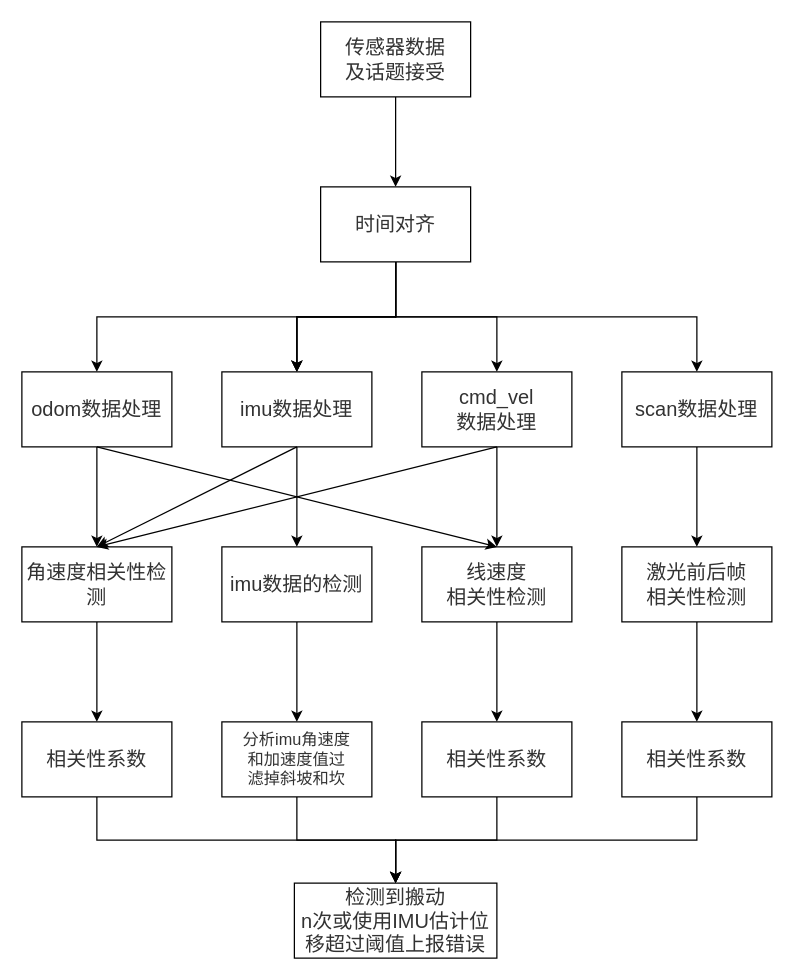
yaoif/draw.io keeps this draw.io diagram as page "Page-1" (1 of 3) of 流程图.drawio. Above is the earlier version. Source tidied: cells renumbered, new cells numbered last; positions are measured from the earlier drawing's top-left corner, leaving out a move shared by most shapes. Both pictures are drawn from the tidied source at 125%, with x=0, y=0 at pixel (21, 21).
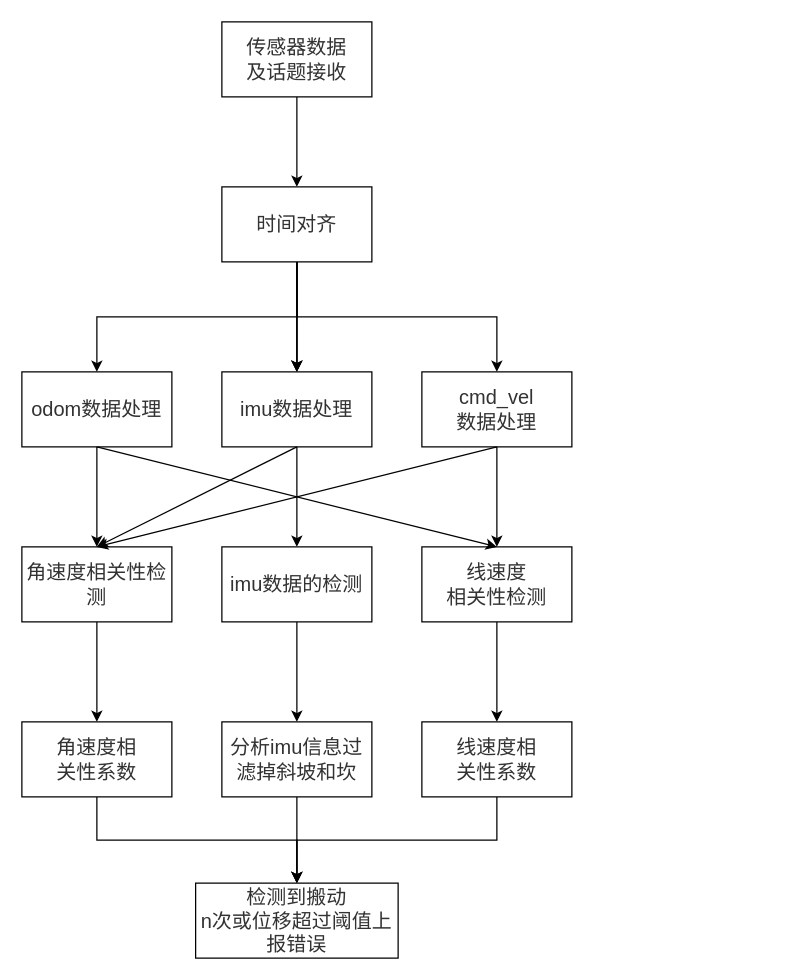
After the change.

Unchanged cells that the change refers to:
```xml
<mxCell id="18" value="&lt;span style=&quot;color: rgb(50, 50, 50); background-color: rgba(255, 255, 255, 0.01);&quot;&gt;&lt;font style=&quot;font-size: 16px;&quot; face=&quot;Helvetica&quot;&gt;cmd_vel&lt;/font&gt;&lt;/span&gt;&lt;div&gt;&lt;span style=&quot;color: rgb(50, 50, 50); background-color: rgba(255, 255, 255, 0.01);&quot;&gt;&lt;font style=&quot;font-size: 16px;&quot; face=&quot;Helvetica&quot;&gt;数据处理&lt;/font&gt;&lt;/span&gt;&lt;/div&gt;" style="whiteSpace=wrap;html=1;rounded=0;strokeColor=default;align=center;verticalAlign=middle;fontFamily=Helvetica;fontSize=12;fontColor=default;fillColor=default;" parent="1" vertex="1">
  <mxGeometry x="320" y="280" width="120" height="60" as="geometry" />
</mxCell>
```

What changed in the source:
```diff
@@
-    <mxCell id="3" value="&lt;span style=&quot;color: rgb(50, 50, 50); font-family: &amp;quot;Microsoft YaHei&amp;quot;, 微软雅黑, Arial; background-color: rgba(255, 255, 255, 0.01); font-size: 16px;&quot;&gt;&lt;font style=&quot;font-size: 16px;&quot;&gt;传感器数据&lt;/font&gt;&lt;/span&gt;&lt;div style=&quot;font-size: 16px;&quot;&gt;&lt;span style=&quot;color: rgb(50, 50, 50); font-family: &amp;quot;Microsoft YaHei&amp;quot;, 微软雅黑, Arial; background-color: rgba(255, 255, 255, 0.01);&quot;&gt;&lt;font style=&quot;font-size: 16px;&quot;&gt;及话题接受&lt;/font&gt;&lt;/span&gt;&lt;/div&gt;" style="rounded=0;whiteSpace=wrap;html=1;strokeColor=default;align=center;verticalAlign=middle;fontFamily=Helvetica;fontSize=12;fontColor=default;fillColor=default;" parent="1" vertex="1">
-      <mxGeometry x="239" width="120" height="60" as="geometry" />
+    <mxCell id="3" value="&lt;span style=&quot;color: rgb(50, 50, 50); font-family: &amp;quot;Microsoft YaHei&amp;quot;, 微软雅黑, Arial; background-color: rgba(255, 255, 255, 0.01); font-size: 16px;&quot;&gt;&lt;font style=&quot;font-size: 16px;&quot;&gt;传感器数据&lt;/font&gt;&lt;/span&gt;&lt;div style=&quot;font-size: 16px;&quot;&gt;&lt;span style=&quot;color: rgb(50, 50, 50); font-family: &amp;quot;Microsoft YaHei&amp;quot;, 微软雅黑, Arial; background-color: rgba(255, 255, 255, 0.01);&quot;&gt;&lt;font style=&quot;font-size: 16px;&quot;&gt;及话题接收&lt;/font&gt;&lt;/span&gt;&lt;/div&gt;" style="rounded=0;whiteSpace=wrap;html=1;strokeColor=default;align=center;verticalAlign=middle;fontFamily=Helvetica;fontSize=12;fontColor=default;fillColor=default;" parent="1" vertex="1">
+      <mxGeometry x="160" width="120" height="60" as="geometry" />
     </mxCell>
@@
-    <mxCell id="8" style="edgeStyle=orthogonalEdgeStyle;rounded=0;jettySize=auto;html=1;exitX=0.5;exitY=1;exitDx=0;exitDy=0;strokeColor=default;align=center;verticalAlign=middle;fontFamily=Helvetica;fontSize=12;fontColor=default;fillColor=default;" parent="1" edge="1" source="10" target="16">
-      <mxGeometry relative="1" as="geometry" />
-    </mxCell>
-    <mxCell id="9" style="edgeStyle=orthogonalEdgeStyle;rounded=0;jettySize=auto;html=1;strokeColor=default;align=center;verticalAlign=middle;fontFamily=Helvetica;fontSize=12;fontColor=default;fillColor=default;" parent="1" edge="1" source="10" target="18">
+    <mxCell id="9" style="edgeStyle=orthogonalEdgeStyle;rounded=0;jettySize=auto;html=1;strokeColor=default;align=center;verticalAlign=middle;fontFamily=Helvetica;fontSize=12;fontColor=default;fillColor=default;exitX=0.5;exitY=1;exitDx=0;exitDy=0;" parent="1" edge="1" source="10" target="18">
       <mxGeometry relative="1" as="geometry" />
     </mxCell>
     <mxCell id="10" value="&lt;font size=&quot;1&quot; face=&quot;Helvetica&quot; color=&quot;#323232&quot;&gt;&lt;span style=&quot;background-color: rgba(255, 255, 255, 0.01); font-size: 16px;&quot;&gt;时间对齐&lt;/span&gt;&lt;/font&gt;" style="rounded=0;whiteSpace=wrap;html=1;strokeColor=default;align=center;verticalAlign=middle;fontFamily=Helvetica;fontSize=12;fontColor=default;fillColor=default;" parent="1" vertex="1">
-      <mxGeometry x="239" y="132" width="120" height="60" as="geometry" />
+      <mxGeometry x="160" y="132" width="120" height="60" as="geometry" />
     </mxCell>
@@
-    <mxCell id="15" style="edgeStyle=orthogonalEdgeStyle;rounded=0;jettySize=auto;html=1;strokeColor=default;align=center;verticalAlign=middle;fontFamily=Helvetica;fontSize=12;fontColor=default;fillColor=default;" parent="1" edge="1" source="16" target="26">
-      <mxGeometry relative="1" as="geometry" />
-    </mxCell>
-    <mxCell id="16" value="&lt;span style=&quot;color: rgb(50, 50, 50); background-color: rgba(255, 255, 255, 0.01);&quot;&gt;&lt;font style=&quot;font-size: 16px;&quot; face=&quot;Helvetica&quot;&gt;scan数据处理&lt;/font&gt;&lt;/span&gt;" style="whiteSpace=wrap;html=1;rounded=0;strokeColor=default;align=center;verticalAlign=middle;fontFamily=Helvetica;fontSize=12;fontColor=default;fillColor=default;" parent="1" vertex="1">
-      <mxGeometry x="480" y="280" width="120" height="60" as="geometry" />
-    </mxCell>
@@
-    <mxCell id="25" style="edgeStyle=orthogonalEdgeStyle;rounded=0;jettySize=auto;html=1;strokeColor=default;align=center;verticalAlign=middle;fontFamily=Helvetica;fontSize=12;fontColor=default;fillColor=default;" parent="1" edge="1" source="26" target="37">
-      <mxGeometry relative="1" as="geometry" />
-    </mxCell>
-    <mxCell id="26" value="&lt;span style=&quot;color: rgb(50, 50, 50); font-family: &amp;quot;Microsoft YaHei&amp;quot;, 微软雅黑, Arial; background-color: rgba(255, 255, 255, 0.01); font-size: 16px;&quot;&gt;&lt;font style=&quot;font-size: 16px;&quot;&gt;激光前后帧&lt;/font&gt;&lt;/span&gt;&lt;div style=&quot;font-size: 16px;&quot;&gt;&lt;span style=&quot;color: rgb(50, 50, 50); font-family: &amp;quot;Microsoft YaHei&amp;quot;, 微软雅黑, Arial; background-color: rgba(255, 255, 255, 0.01);&quot;&gt;&lt;font style=&quot;font-size: 16px;&quot;&gt;相关性检测&lt;/font&gt;&lt;/span&gt;&lt;/div&gt;" style="whiteSpace=wrap;html=1;rounded=0;strokeColor=default;align=center;verticalAlign=middle;fontFamily=Helvetica;fontSize=12;fontColor=default;fillColor=default;" parent="1" vertex="1">
-      <mxGeometry x="480" y="420" width="120" height="60" as="geometry" />
-    </mxCell>
@@
-    <mxCell id="31" value="&lt;span style=&quot;color: rgb(50, 50, 50); background-color: rgba(255, 255, 255, 0.01);&quot;&gt;&lt;font style=&quot;font-size: 16px;&quot; face=&quot;Helvetica&quot;&gt;相关性系数&lt;/font&gt;&lt;/span&gt;" style="whiteSpace=wrap;html=1;rounded=0;strokeColor=default;align=center;verticalAlign=middle;fontFamily=Helvetica;fontSize=12;fontColor=default;fillColor=default;" parent="1" vertex="1">
+    <mxCell id="31" value="&lt;span style=&quot;color: rgb(50, 50, 50); background-color: rgba(255, 255, 255, 0.01);&quot;&gt;&lt;font style=&quot;font-size: 16px;&quot; face=&quot;Helvetica&quot;&gt;角速度相&lt;/font&gt;&lt;/span&gt;&lt;div&gt;&lt;span style=&quot;color: rgb(50, 50, 50); background-color: rgba(255, 255, 255, 0.01);&quot;&gt;&lt;font style=&quot;font-size: 16px;&quot; face=&quot;Helvetica&quot;&gt;关性系数&lt;/font&gt;&lt;/span&gt;&lt;/div&gt;" style="whiteSpace=wrap;html=1;rounded=0;strokeColor=default;align=center;verticalAlign=middle;fontFamily=Helvetica;fontSize=12;fontColor=default;fillColor=default;" parent="1" vertex="1">
       <mxGeometry y="560" width="120" height="60" as="geometry" />
     </mxCell>
@@
-    <mxCell id="33" value="&lt;span style=&quot;color: rgb(50, 50, 50); font-family: &amp;quot;Microsoft YaHei&amp;quot;, 微软雅黑, Arial; background-color: rgba(255, 255, 255, 0.01); font-size: 13px;&quot;&gt;&lt;font style=&quot;font-size: 13px;&quot;&gt;分析imu角速度&lt;/font&gt;&lt;/span&gt;&lt;div style=&quot;font-size: 13px;&quot;&gt;&lt;font style=&quot;font-size: 13px;&quot;&gt;&lt;span style=&quot;color: rgb(50, 50, 50); font-family: &amp;quot;Microsoft YaHei&amp;quot;, 微软雅黑, Arial; background-color: rgba(255, 255, 255, 0.01);&quot;&gt;和&lt;/span&gt;&lt;span style=&quot;background-color: rgba(255, 255, 255, 0.01); color: rgb(50, 50, 50); font-family: &amp;quot;Microsoft YaHei&amp;quot;, 微软雅黑, Arial;&quot;&gt;加速度值过&lt;/span&gt;&lt;/font&gt;&lt;/div&gt;&lt;div style=&quot;font-size: 13px;&quot;&gt;&lt;font style=&quot;font-size: 13px;&quot;&gt;&lt;span style=&quot;background-color: rgba(255, 255, 255, 0.01); color: rgb(50, 50, 50); font-family: &amp;quot;Microsoft YaHei&amp;quot;, 微软雅黑, Arial;&quot;&gt;滤掉&lt;/span&gt;&lt;span style=&quot;background-color: rgba(255, 255, 255, 0.01); color: rgb(50, 50, 50); font-family: &amp;quot;Microsoft YaHei&amp;quot;, 微软雅黑, Arial;&quot;&gt;斜坡和坎&lt;/span&gt;&lt;/font&gt;&lt;/div&gt;" style="whiteSpace=wrap;html=1;rounded=0;strokeColor=default;align=center;verticalAlign=middle;fontFamily=Helvetica;fontSize=12;fontColor=default;fillColor=default;" parent="1" vertex="1">
+    <mxCell id="33" value="&lt;font style=&quot;font-size: 16px;&quot;&gt;&lt;span style=&quot;color: rgb(50, 50, 50); font-family: &amp;quot;Microsoft YaHei&amp;quot;, 微软雅黑, Arial; background-color: rgba(255, 255, 255, 0.01);&quot;&gt;&lt;font style=&quot;font-size: 16px;&quot;&gt;分析imu信息&lt;/font&gt;&lt;/span&gt;&lt;span style=&quot;background-color: rgba(255, 255, 255, 0.01); color: rgb(50, 50, 50); font-family: &amp;quot;Microsoft YaHei&amp;quot;, 微软雅黑, Arial;&quot;&gt;过&lt;/span&gt;&lt;/font&gt;&lt;div style=&quot;font-size: 16px;&quot;&gt;&lt;font style=&quot;font-size: 16px;&quot;&gt;&lt;span style=&quot;background-color: rgba(255, 255, 255, 0.01); color: rgb(50, 50, 50); font-family: &amp;quot;Microsoft YaHei&amp;quot;, 微软雅黑, Arial;&quot;&gt;滤掉&lt;/span&gt;&lt;span style=&quot;background-color: rgba(255, 255, 255, 0.01); color: rgb(50, 50, 50); font-family: &amp;quot;Microsoft YaHei&amp;quot;, 微软雅黑, Arial;&quot;&gt;斜坡和坎&lt;/span&gt;&lt;/font&gt;&lt;/div&gt;" style="whiteSpace=wrap;html=1;rounded=0;strokeColor=default;align=center;verticalAlign=middle;fontFamily=Helvetica;fontSize=12;fontColor=default;fillColor=default;" parent="1" vertex="1">
       <mxGeometry x="160" y="560" width="120" height="60" as="geometry" />
     </mxCell>
@@
-    <mxCell id="35" value="&lt;span style=&quot;color: rgb(50, 50, 50); background-color: rgba(255, 255, 255, 0.01);&quot;&gt;&lt;font face=&quot;Helvetica&quot; style=&quot;font-size: 16px;&quot;&gt;相关性系数&lt;/font&gt;&lt;/span&gt;" style="whiteSpace=wrap;html=1;rounded=0;strokeColor=default;align=center;verticalAlign=middle;fontFamily=Helvetica;fontSize=12;fontColor=default;fillColor=default;" parent="1" vertex="1">
+    <mxCell id="35" value="&lt;span style=&quot;color: rgb(50, 50, 50); background-color: rgba(255, 255, 255, 0.01);&quot;&gt;&lt;font face=&quot;Helvetica&quot; style=&quot;font-size: 16px;&quot;&gt;线速度相&lt;/font&gt;&lt;/span&gt;&lt;div&gt;&lt;span style=&quot;color: rgb(50, 50, 50); background-color: rgba(255, 255, 255, 0.01);&quot;&gt;&lt;font face=&quot;Helvetica&quot; style=&quot;font-size: 16px;&quot;&gt;关性系数&lt;/font&gt;&lt;/span&gt;&lt;/div&gt;" style="whiteSpace=wrap;html=1;rounded=0;strokeColor=default;align=center;verticalAlign=middle;fontFamily=Helvetica;fontSize=12;fontColor=default;fillColor=default;" parent="1" vertex="1">
       <mxGeometry x="320" y="560" width="120" height="60" as="geometry" />
     </mxCell>
-    <mxCell id="36" style="edgeStyle=orthogonalEdgeStyle;rounded=0;jettySize=auto;html=1;exitX=0.5;exitY=1;exitDx=0;exitDy=0;entryX=0.5;entryY=0;entryDx=0;entryDy=0;strokeColor=default;align=center;verticalAlign=middle;fontFamily=Helvetica;fontSize=12;fontColor=default;fillColor=default;" parent="1" edge="1" source="37" target="38">
-      <mxGeometry relative="1" as="geometry" />
-    </mxCell>
-    <mxCell id="37" value="&lt;span style=&quot;color: rgb(50, 50, 50); background-color: rgba(255, 255, 255, 0.01);&quot;&gt;&lt;font style=&quot;font-size: 16px;&quot;&gt;相关性系数&lt;/font&gt;&lt;/span&gt;" style="whiteSpace=wrap;html=1;rounded=0;strokeColor=default;align=center;verticalAlign=middle;fontFamily=Helvetica;fontSize=12;fontColor=default;fillColor=default;" parent="1" vertex="1">
-      <mxGeometry x="480" y="560" width="120" height="60" as="geometry" />
-    </mxCell>
-    <mxCell id="38" value="&lt;span style=&quot;color: rgb(50, 50, 50); background-color: rgba(255, 255, 255, 0.01); font-size: 16px;&quot;&gt;&lt;font face=&quot;Helvetica&quot; style=&quot;font-size: 16px;&quot;&gt;检测到搬动&lt;/font&gt;&lt;/span&gt;&lt;div&gt;&lt;span style=&quot;color: rgb(50, 50, 50); background-color: rgba(255, 255, 255, 0.01); font-size: 16px;&quot;&gt;&lt;font face=&quot;Helvetica&quot; style=&quot;font-size: 16px;&quot;&gt;n次或使用IMU估计位移超过阈值&lt;/font&gt;&lt;/span&gt;&lt;span style=&quot;font-size: 16px; font-family: Uznxu0LywHvR5mL8-cta; color: rgb(50, 50, 50); background-color: initial;&quot;&gt;上报错误&lt;/span&gt;&lt;/div&gt;" style="whiteSpace=wrap;html=1;rounded=0;strokeColor=default;align=center;verticalAlign=middle;fontFamily=Helvetica;fontSize=12;fontColor=default;fillColor=default;" parent="1" vertex="1">
-      <mxGeometry x="218" y="689" width="162" height="60" as="geometry" />
+    <mxCell id="38" value="&lt;span style=&quot;color: rgb(50, 50, 50); background-color: rgba(255, 255, 255, 0.01); font-size: 16px;&quot;&gt;&lt;font face=&quot;Helvetica&quot; style=&quot;font-size: 16px;&quot;&gt;检测到搬动&lt;/font&gt;&lt;/span&gt;&lt;div&gt;&lt;span style=&quot;color: rgb(50, 50, 50); background-color: rgba(255, 255, 255, 0.01); font-size: 16px;&quot;&gt;&lt;font face=&quot;Helvetica&quot; style=&quot;font-size: 16px;&quot;&gt;n次或位移超过阈值&lt;/font&gt;&lt;/span&gt;&lt;span style=&quot;font-size: 16px; font-family: Uznxu0LywHvR5mL8-cta; color: rgb(50, 50, 50); background-color: initial;&quot;&gt;上报错误&lt;/span&gt;&lt;/div&gt;" style="whiteSpace=wrap;html=1;rounded=0;strokeColor=default;align=center;verticalAlign=middle;fontFamily=Helvetica;fontSize=12;fontColor=default;fillColor=default;" parent="1" vertex="1">
+      <mxGeometry x="139" y="689" width="162" height="60" as="geometry" />
     </mxCell>
```
